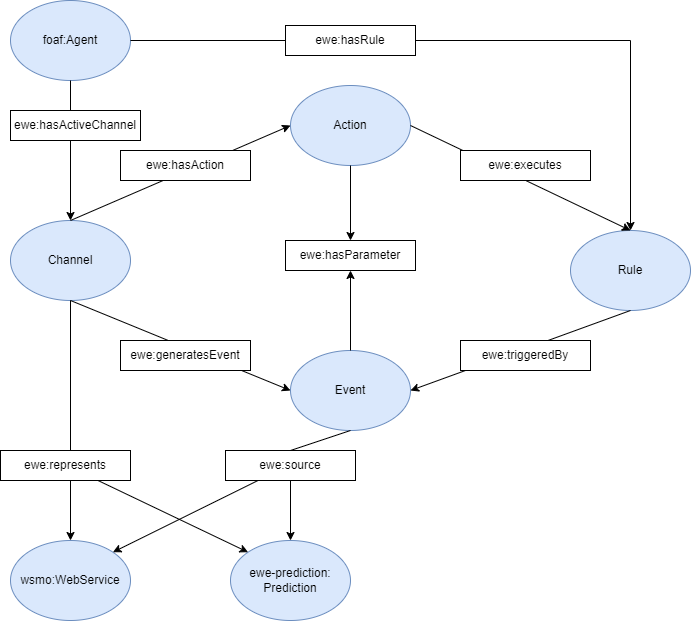
Earlier version of the draw.io export img/state-of-art/EWEdiagram.png (JavierAntonYuste/TFM-memoria). Source tidied: cells renumbered, new cells last; positions are measured from the earlier drawing's top-left corner, leaving out a move shared by most shapes. The source it was exported from:
```xml
<mxGraphModel>
  <root>
    <mxCell id="0" />
    <mxCell id="1" parent="0" />
    <mxCell id="2" value="Channel" style="ellipse;whiteSpace=wrap;html=1;fillColor=#dae8fc;strokeColor=#6c8ebf;" parent="1" vertex="1">
      <mxGeometry x="10" y="220" width="120" height="80" as="geometry" />
    </mxCell>
    <mxCell id="3" value="Action" style="ellipse;whiteSpace=wrap;html=1;fillColor=#dae8fc;strokeColor=#6c8ebf;" parent="1" vertex="1">
      <mxGeometry x="290" y="85" width="120" height="80" as="geometry" />
    </mxCell>
    <mxCell id="4" value="Rule" style="ellipse;whiteSpace=wrap;html=1;fillColor=#dae8fc;strokeColor=#6c8ebf;" parent="1" vertex="1">
      <mxGeometry x="570" y="230" width="120" height="80" as="geometry" />
    </mxCell>
    <mxCell id="5" value="Event" style="ellipse;whiteSpace=wrap;html=1;fillColor=#dae8fc;strokeColor=#6c8ebf;" parent="1" vertex="1">
      <mxGeometry x="290" y="350" width="120" height="80" as="geometry" />
    </mxCell>
    <mxCell id="6" style="endArrow=classic;html=1;rounded=0;exitX=1;exitY=0.5;exitDx=0;exitDy=0;entryX=0.5;entryY=0;entryDx=0;entryDy=0;fontStyle=1;" parent="1" edge="1" source="3" target="4">
      <mxGeometry relative="1" as="geometry" />
    </mxCell>
    <mxCell id="7" style="endArrow=classic;html=1;rounded=0;entryX=0;entryY=0.5;entryDx=0;entryDy=0;exitX=0.5;exitY=1;exitDx=0;exitDy=0;" parent="1" edge="1" source="2" target="5">
      <mxGeometry relative="1" as="geometry" />
    </mxCell>
    <mxCell id="8" value="ewe:hasParameter" style="rounded=0;whiteSpace=wrap;html=1;" parent="1" vertex="1">
      <mxGeometry x="285" y="240" width="130" height="30" as="geometry" />
    </mxCell>
    <mxCell id="9" value="ewe:generatesEvent" style="rounded=0;whiteSpace=wrap;html=1;" parent="1" vertex="1">
      <mxGeometry x="120" y="340" width="130" height="30" as="geometry" />
    </mxCell>
    <mxCell id="10" value="ewe:executes" style="rounded=0;whiteSpace=wrap;html=1;" parent="1" vertex="1">
      <mxGeometry x="460" y="150" width="130" height="30" as="geometry" />
    </mxCell>
    <mxCell id="11" style="endArrow=classic;html=1;rounded=0;exitX=0.5;exitY=1;exitDx=0;exitDy=0;entryX=1;entryY=0.5;entryDx=0;entryDy=0;" parent="1" edge="1" source="4" target="5">
      <mxGeometry relative="1" as="geometry" />
    </mxCell>
    <mxCell id="12" style="endArrow=classic;html=1;rounded=0;exitX=0.5;exitY=0;exitDx=0;exitDy=0;entryX=0;entryY=0.5;entryDx=0;entryDy=0;" parent="1" edge="1" source="2" target="3">
      <mxGeometry relative="1" as="geometry" />
    </mxCell>
    <mxCell id="13" value="ewe:hasAction" style="rounded=0;whiteSpace=wrap;html=1;" parent="1" vertex="1">
      <mxGeometry x="120" y="150" width="130" height="30" as="geometry" />
    </mxCell>
    <mxCell id="14" value="ewe:triggeredBy" style="rounded=0;whiteSpace=wrap;html=1;" parent="1" vertex="1">
      <mxGeometry x="460" y="340" width="130" height="30" as="geometry" />
    </mxCell>
    <mxCell id="15" style="endArrow=classic;html=1;rounded=0;exitX=0.5;exitY=0;exitDx=0;exitDy=0;entryX=0.5;entryY=1;entryDx=0;entryDy=0;" parent="1" edge="1" source="5" target="8">
      <mxGeometry relative="1" as="geometry" />
    </mxCell>
    <mxCell id="16" style="endArrow=classic;html=1;rounded=0;exitX=0.5;exitY=1;exitDx=0;exitDy=0;entryX=0.5;entryY=0;entryDx=0;entryDy=0;" parent="1" edge="1" source="3" target="8">
      <mxGeometry relative="1" as="geometry" />
    </mxCell>
    <mxCell id="17" value="wsmo:WebService" style="ellipse;whiteSpace=wrap;html=1;fillColor=#dae8fc;strokeColor=#6c8ebf;" parent="1" vertex="1">
      <mxGeometry x="10" y="540" width="120" height="80" as="geometry" />
    </mxCell>
    <mxCell id="18" value="ewe-prediction:&lt;br&gt;Prediction" style="ellipse;whiteSpace=wrap;html=1;fillColor=#dae8fc;strokeColor=#6c8ebf;" parent="1" vertex="1">
      <mxGeometry x="230" y="540" width="120" height="80" as="geometry" />
    </mxCell>
    <mxCell id="19" value="foaf:Agent" style="ellipse;whiteSpace=wrap;html=1;fillColor=#dae8fc;strokeColor=#6c8ebf;" parent="1" vertex="1">
      <mxGeometry x="10" width="120" height="80" as="geometry" />
    </mxCell>
    <mxCell id="20" value="ewe:source" style="rounded=0;whiteSpace=wrap;html=1;" parent="1" vertex="1">
      <mxGeometry x="225" y="450" width="130" height="30" as="geometry" />
    </mxCell>
    <mxCell id="21" style="endArrow=classic;html=1;rounded=0;entryX=0.5;entryY=0;entryDx=0;entryDy=0;exitX=0.5;exitY=1;exitDx=0;exitDy=0;" parent="1" edge="1" source="19" target="2">
      <mxGeometry relative="1" as="geometry" />
    </mxCell>
    <mxCell id="22" value="ewe:hasActiveChannel" style="rounded=0;whiteSpace=wrap;html=1;" parent="1" vertex="1">
      <mxGeometry x="10" y="110" width="130" height="30" as="geometry" />
    </mxCell>
    <mxCell id="23" style="endArrow=classic;html=1;rounded=0;entryX=0.5;entryY=0;entryDx=0;entryDy=0;exitX=1;exitY=0.5;exitDx=0;exitDy=0;" parent="1" edge="1" source="19" target="4">
      <mxGeometry relative="1" as="geometry">
        <Array as="points">
          <mxPoint x="630" y="40" />
        </Array>
      </mxGeometry>
    </mxCell>
    <mxCell id="24" value="ewe:hasRule" style="rounded=0;whiteSpace=wrap;html=1;" parent="1" vertex="1">
      <mxGeometry x="285" y="25" width="130" height="30" as="geometry" />
    </mxCell>
    <mxCell id="25" style="endArrow=classic;html=1;rounded=0;entryX=0.5;entryY=0;entryDx=0;entryDy=0;exitX=0.5;exitY=1;exitDx=0;exitDy=0;" parent="1" edge="1" source="2" target="17">
      <mxGeometry relative="1" as="geometry" />
    </mxCell>
    <mxCell id="26" value="ewe:represents" style="rounded=0;whiteSpace=wrap;html=1;" parent="1" vertex="1">
      <mxGeometry y="450" width="130" height="30" as="geometry" />
    </mxCell>
    <mxCell id="27" style="endArrow=none;html=1;rounded=0;entryX=0.5;entryY=0;entryDx=0;entryDy=0;exitX=0.5;exitY=1;exitDx=0;exitDy=0;" parent="1" edge="1" source="5" target="20">
      <mxGeometry relative="1" as="geometry" />
    </mxCell>
    <mxCell id="28" style="endArrow=classic;html=1;rounded=0;exitX=0.5;exitY=1;exitDx=0;exitDy=0;entryX=0.5;entryY=0;entryDx=0;entryDy=0;" parent="1" edge="1" source="20" target="18">
      <mxGeometry relative="1" as="geometry" />
    </mxCell>
    <mxCell id="29" style="endArrow=classic;html=1;rounded=0;exitX=0.25;exitY=1;exitDx=0;exitDy=0;entryX=1;entryY=0;entryDx=0;entryDy=0;" parent="1" edge="1" source="20" target="17">
      <mxGeometry relative="1" as="geometry" />
    </mxCell>
    <mxCell id="30" style="endArrow=classic;html=1;rounded=0;exitX=0.75;exitY=1;exitDx=0;exitDy=0;entryX=0;entryY=0;entryDx=0;entryDy=0;" parent="1" edge="1" source="26" target="18">
      <mxGeometry relative="1" as="geometry" />
    </mxCell>
  </root>
</mxGraphModel>
```
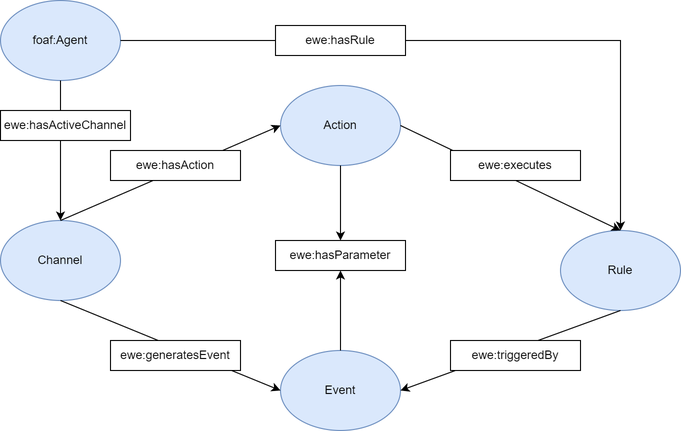
After the change.

Change to the diagram source:
```diff
@@ -47,18 +47,9 @@
     <mxCell id="16" style="endArrow=classic;html=1;rounded=0;exitX=0.5;exitY=1;exitDx=0;exitDy=0;entryX=0.5;entryY=0;entryDx=0;entryDy=0;" parent="1" edge="1" source="3" target="8">
       <mxGeometry relative="1" as="geometry" />
     </mxCell>
-    <mxCell id="17" value="wsmo:WebService" style="ellipse;whiteSpace=wrap;html=1;fillColor=#dae8fc;strokeColor=#6c8ebf;" parent="1" vertex="1">
-      <mxGeometry x="10" y="540" width="120" height="80" as="geometry" />
-    </mxCell>
-    <mxCell id="18" value="ewe-prediction:&lt;br&gt;Prediction" style="ellipse;whiteSpace=wrap;html=1;fillColor=#dae8fc;strokeColor=#6c8ebf;" parent="1" vertex="1">
-      <mxGeometry x="230" y="540" width="120" height="80" as="geometry" />
-    </mxCell>
     <mxCell id="19" value="foaf:Agent" style="ellipse;whiteSpace=wrap;html=1;fillColor=#dae8fc;strokeColor=#6c8ebf;" parent="1" vertex="1">
       <mxGeometry x="10" width="120" height="80" as="geometry" />
     </mxCell>
-    <mxCell id="20" value="ewe:source" style="rounded=0;whiteSpace=wrap;html=1;" parent="1" vertex="1">
-      <mxGeometry x="225" y="450" width="130" height="30" as="geometry" />
-    </mxCell>
     <mxCell id="21" style="endArrow=classic;html=1;rounded=0;entryX=0.5;entryY=0;entryDx=0;entryDy=0;exitX=0.5;exitY=1;exitDx=0;exitDy=0;" parent="1" edge="1" source="19" target="2">
       <mxGeometry relative="1" as="geometry" />
     </mxCell>
@@ -75,23 +66,5 @@
     <mxCell id="24" value="ewe:hasRule" style="rounded=0;whiteSpace=wrap;html=1;" parent="1" vertex="1">
       <mxGeometry x="285" y="25" width="130" height="30" as="geometry" />
     </mxCell>
-    <mxCell id="25" style="endArrow=classic;html=1;rounded=0;entryX=0.5;entryY=0;entryDx=0;entryDy=0;exitX=0.5;exitY=1;exitDx=0;exitDy=0;" parent="1" edge="1" source="2" target="17">
-      <mxGeometry relative="1" as="geometry" />
-    </mxCell>
-    <mxCell id="26" value="ewe:represents" style="rounded=0;whiteSpace=wrap;html=1;" parent="1" vertex="1">
-      <mxGeometry y="450" width="130" height="30" as="geometry" />
-    </mxCell>
-    <mxCell id="27" style="endArrow=none;html=1;rounded=0;entryX=0.5;entryY=0;entryDx=0;entryDy=0;exitX=0.5;exitY=1;exitDx=0;exitDy=0;" parent="1" edge="1" source="5" target="20">
-      <mxGeometry relative="1" as="geometry" />
-    </mxCell>
-    <mxCell id="28" style="endArrow=classic;html=1;rounded=0;exitX=0.5;exitY=1;exitDx=0;exitDy=0;entryX=0.5;entryY=0;entryDx=0;entryDy=0;" parent="1" edge="1" source="20" target="18">
-      <mxGeometry relative="1" as="geometry" />
-    </mxCell>
-    <mxCell id="29" style="endArrow=classic;html=1;rounded=0;exitX=0.25;exitY=1;exitDx=0;exitDy=0;entryX=1;entryY=0;entryDx=0;entryDy=0;" parent="1" edge="1" source="20" target="17">
-      <mxGeometry relative="1" as="geometry" />
-    </mxCell>
-    <mxCell id="30" style="endArrow=classic;html=1;rounded=0;exitX=0.75;exitY=1;exitDx=0;exitDy=0;entryX=0;entryY=0;entryDx=0;entryDy=0;" parent="1" edge="1" source="26" target="18">
-      <mxGeometry relative="1" as="geometry" />
-    </mxCell>
   </root>
 </mxGraphModel>
```
